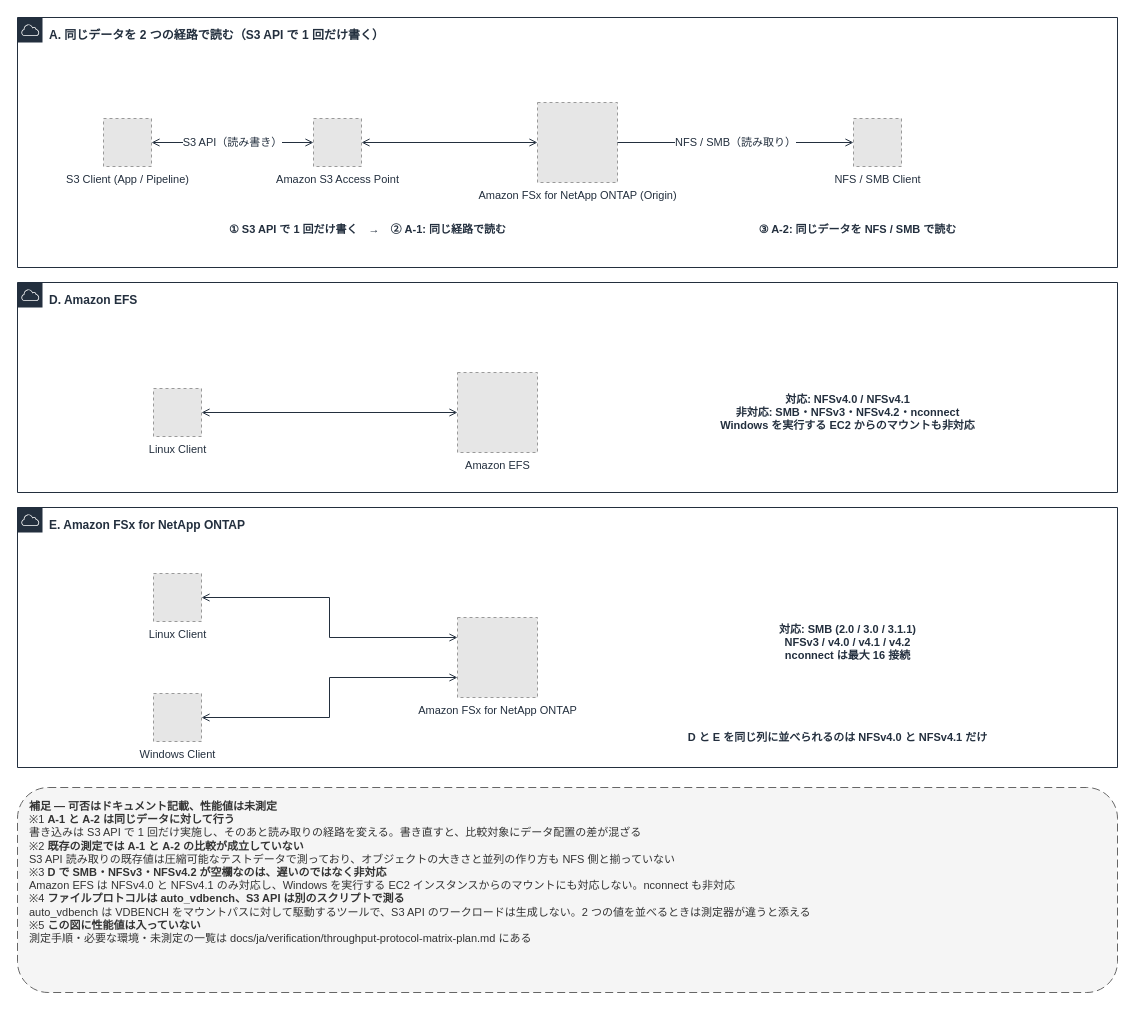
Yoshiki0705/S3-Burst-on-ONTAP-Files keeps this draw.io diagram as docs/_assets/diagrams/s3burst-protocol-test-matrix.drawio. Above is the earlier version. Source tidied: cells renumbered, new cells numbered last; positions are measured from the earlier drawing's top-left corner, leaving out a move shared by most shapes. Both pictures are drawn from the tidied source at 100%, with x=0, y=0 at pixel (17, 17). Pictures stored in the file or linked from it are replaced by grey dashed boxes.
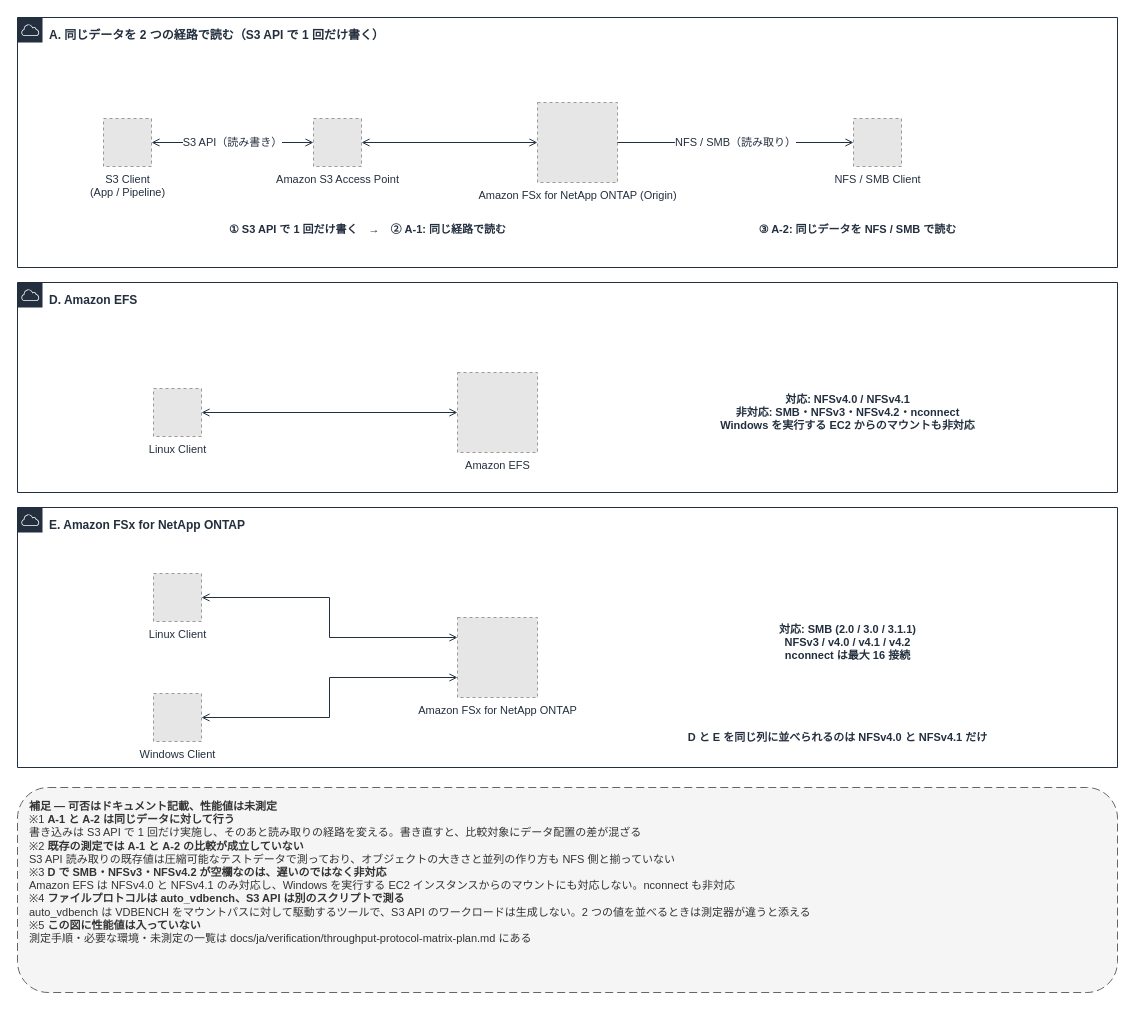
Above is the later version.

The edit, as a diff of the source:
```diff
@@
-    <mxCell id="10" value="S3 Client (App / Pipeline)" style="fillColor=#E6E6E6;strokeColor=#999999;dashed=1;html=1;verticalLabelPosition=bottom;verticalAlign=top;labelPosition=center;align=center;fontSize=11;fontColor=#232F3E;" parent="1" vertex="1">
+    <mxCell id="10" value="S3 Client&#10;(App / Pipeline)" style="fillColor=#E6E6E6;strokeColor=#999999;dashed=1;html=1;verticalLabelPosition=bottom;verticalAlign=top;labelPosition=center;align=center;fontSize=11;fontColor=#232F3E;" parent="1" vertex="1">
       <mxGeometry x="86" y="101" width="48" height="48" as="geometry" />
     </mxCell>
```
